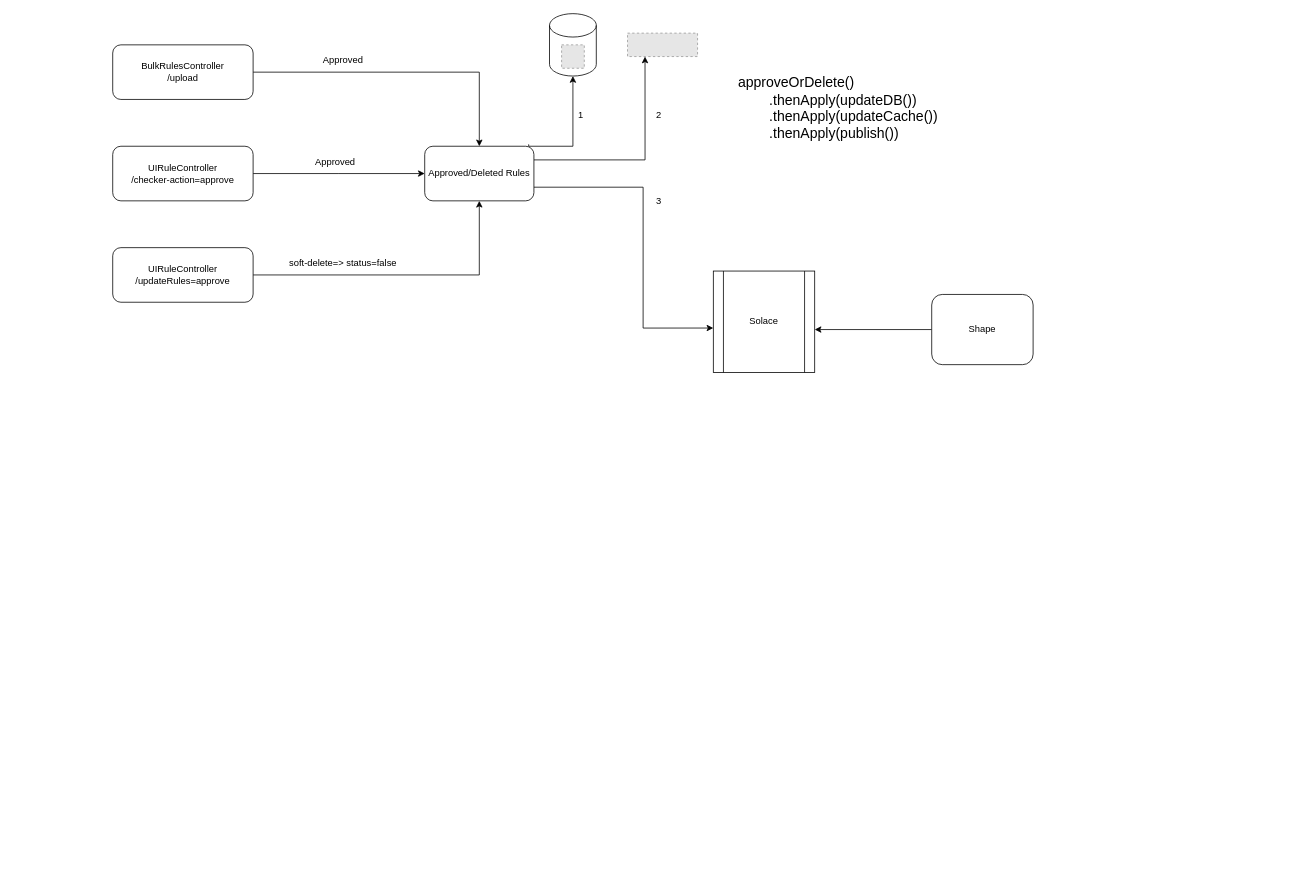
Earlier version of the draw.io diagram publishtoshape.drawio (MalluGolageri/drawio). Source tidied: cells renumbered, new cells numbered last; positions are measured from the earlier drawing's top-left corner, leaving out a move shared by most shapes. Both pictures are drawn from the tidied source at 78%, with x=0, y=0 at pixel (112, 13). Pictures stored in the file or linked from it are replaced by grey dashed boxes.
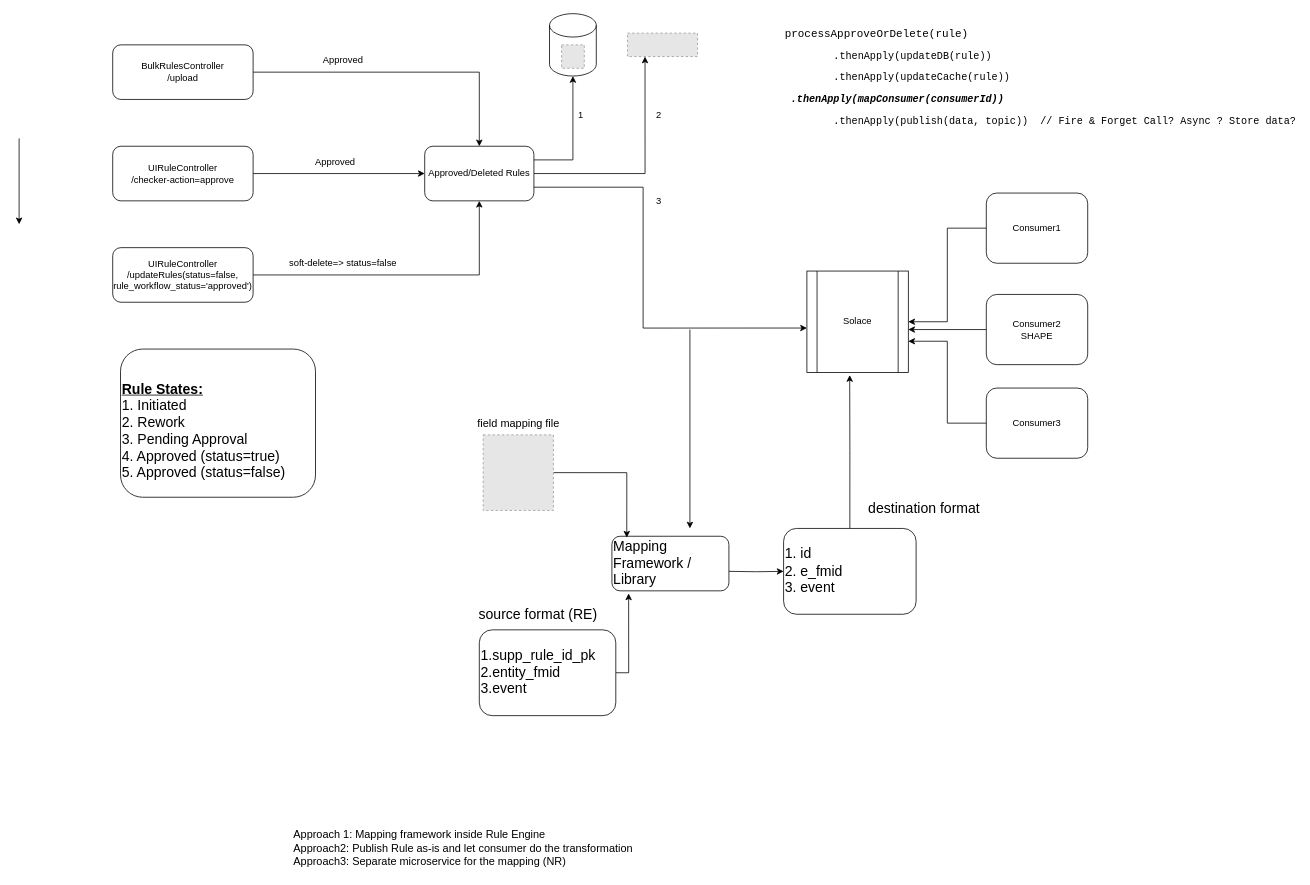
Above is the later version.

The change refers to these unchanged cells:
```xml
<mxCell id="11" value="Approved/Deleted Rules" style="rounded=1;whiteSpace=wrap;html=1;" parent="1" vertex="1">
  <mxGeometry x="400" y="170" width="140" height="70" as="geometry" />
</mxCell>
<mxCell id="15" style="shape=cylinder3;whiteSpace=wrap;html=1;boundedLbl=1;backgroundOutline=1;size=15;" parent="1" vertex="1">
  <mxGeometry x="560" width="60" height="80" as="geometry" />
</mxCell>
<mxCell id="16" style="fillColor=#E6E6E6;strokeColor=#999999;dashed=1;verticalLabelPosition=bottom;labelBackgroundColor=#ffffff;verticalAlign=top;" parent="1" vertex="1">
  <mxGeometry x="660" y="25" width="89.8" height="30" as="geometry" />
</mxCell>
```

Change to the diagram source:
```diff
@@
-    <mxCell id="7" value="UIRuleController&lt;br&gt;/updateRules=approve" style="rounded=1;whiteSpace=wrap;html=1;" parent="1" vertex="1">
+    <mxCell id="7" value="UIRuleController&lt;br&gt;/updateRules(status=false, rule_workflow_status='approved')" style="rounded=1;whiteSpace=wrap;html=1;" parent="1" vertex="1">
       <mxGeometry y="300" width="180" height="70" as="geometry" />
     </mxCell>
-    <mxCell id="8" style="edgeStyle=orthogonalEdgeStyle;rounded=0;jettySize=auto;html=1;exitX=0.952;exitY=-0.035;exitDx=0;exitDy=0;exitPerimeter=0;" parent="1" edge="1" source="11" target="15">
-      <mxGeometry relative="1" as="geometry">
-        <Array as="points">
-          <mxPoint x="533" y="170" />
-          <mxPoint x="590" y="170" />
-        </Array>
-      </mxGeometry>
-    </mxCell>
-    <mxCell id="9" style="edgeStyle=orthogonalEdgeStyle;rounded=0;jettySize=auto;html=1;exitX=1;exitY=0.25;exitDx=0;exitDy=0;entryX=0.25;entryY=1;entryDx=0;entryDy=0;" parent="1" edge="1" source="11" target="16">
+    <mxCell id="9" style="edgeStyle=orthogonalEdgeStyle;rounded=0;jettySize=auto;html=1;exitX=1;exitY=0.5;exitDx=0;exitDy=0;entryX=0.25;entryY=1;entryDx=0;entryDy=0;" parent="1" edge="1" source="11" target="16">
       <mxGeometry relative="1" as="geometry" />
     </mxCell>
@@
+    <mxCell id="8" style="edgeStyle=orthogonalEdgeStyle;rounded=0;jettySize=auto;html=1;exitX=1;exitY=0.25;exitDx=0;exitDy=0;entryX=0.5;entryY=1;entryDx=0;entryDy=0;entryPerimeter=0;fontSize=18;" parent="1" edge="1" source="11" target="15">
+      <mxGeometry relative="1" as="geometry" />
+    </mxCell>
@@
     <mxCell id="20" value="Solace" style="shape=process;whiteSpace=wrap;html=1;backgroundOutline=1;" parent="1" vertex="1">
-      <mxGeometry x="770" y="330" width="130" height="130" as="geometry" />
+      <mxGeometry x="890" y="330" width="130" height="130" as="geometry" />
     </mxCell>
@@
-    <mxCell id="22" value="Shape" style="rounded=1;whiteSpace=wrap;html=1;" parent="1" vertex="1">
-      <mxGeometry x="1050" y="360" width="130" height="90" as="geometry" />
+    <mxCell id="22" value="Consumer2&lt;br&gt;SHAPE" style="rounded=1;whiteSpace=wrap;html=1;" parent="1" vertex="1">
+      <mxGeometry x="1120" y="360" width="130" height="90" as="geometry" />
     </mxCell>
-    <mxCell id="23" value="&lt;pre style=&quot;background-color: rgb(255 , 255 , 255) ; color: rgb(0 , 0 , 0) ; font-family: &amp;#34;source code pro&amp;#34;&quot;&gt;&lt;font style=&quot;font-size: 18px&quot;&gt;approveOrDelete()&lt;br&gt;        .thenApply(updateDB())&lt;br&gt;        .thenApply(updateCache())&lt;br&gt;        .thenApply(publish())&lt;/font&gt;&lt;/pre&gt;" style="text;whiteSpace=wrap;html=1;" parent="1" vertex="1">
-      <mxGeometry x="800" y="60" width="250" height="120" as="geometry" />
+    <mxCell id="23" value="&lt;pre&gt;&lt;font style=&quot;font-size: 14px&quot;&gt;&lt;font&gt;processApproveOrDelete&lt;/font&gt;&lt;font&gt;(rule)&lt;/font&gt;&lt;/font&gt;&lt;/pre&gt;&lt;pre&gt;&lt;font size=&quot;3&quot;&gt;        .thenApply(updateDB(rule))&lt;/font&gt;&lt;/pre&gt;&lt;pre&gt;&lt;font size=&quot;3&quot;&gt;        .thenApply(updateCache(rule))&lt;/font&gt;&lt;/pre&gt;&lt;pre&gt;&lt;font size=&quot;3&quot;&gt;&lt;b&gt;&lt;i&gt;&lt;span style=&quot;white-space: pre&quot;&gt; &lt;/span&gt;.thenApply(mapConsumer(consumerId))&lt;br&gt;&lt;/i&gt;&lt;/b&gt;&lt;/font&gt;&lt;/pre&gt;&lt;pre&gt;&lt;font size=&quot;3&quot;&gt;        .thenApply(publish(data, topic))  // Fire &amp;amp; Forget Call? Async ? Store data?&lt;/font&gt;&lt;/pre&gt;" style="text;whiteSpace=wrap;html=1;" parent="1" vertex="1">
+      <mxGeometry x="860" width="610" height="170" as="geometry" />
     </mxCell>
@@
+    <mxCell id="25" value="&lt;br&gt;&lt;b&gt;&lt;u&gt;Rule States:&lt;br&gt;&lt;/u&gt;&lt;/b&gt;1. Initiated&lt;br&gt;2. Rework&lt;br&gt;3. Pending Approval&lt;br&gt;4. Approved (status=true)&lt;br&gt;5. Approved (status=false)" style="rounded=1;whiteSpace=wrap;html=1;fontSize=18;align=left;" parent="1" vertex="1">
+      <mxGeometry x="10" y="430" width="250" height="190" as="geometry" />
+    </mxCell>
+    <mxCell id="26" style="edgeStyle=orthogonalEdgeStyle;rounded=0;jettySize=auto;html=1;exitX=1;exitY=0.5;exitDx=0;exitDy=0;entryX=0.143;entryY=1.048;entryDx=0;entryDy=0;fontSize=18;entryPerimeter=0;" parent="1" edge="1" source="27" target="33">
+      <mxGeometry relative="1" as="geometry">
+        <Array as="points">
+          <mxPoint x="661" y="845" />
+        </Array>
+      </mxGeometry>
+    </mxCell>
+    <mxCell id="27" value="1.supp_rule_id_pk&lt;br&gt;2.entity_fmid&lt;br&gt;3.event" style="rounded=1;whiteSpace=wrap;html=1;fontSize=18;align=left;" parent="1" vertex="1">
+      <mxGeometry x="470" y="790" width="175" height="110" as="geometry" />
+    </mxCell>
+    <mxCell id="28" style="edgeStyle=orthogonalEdgeStyle;rounded=0;jettySize=auto;html=1;exitX=0.5;exitY=0;exitDx=0;exitDy=0;entryX=0.422;entryY=1.026;entryDx=0;entryDy=0;entryPerimeter=0;fontSize=14;" parent="1" edge="1" source="29" target="20">
+      <mxGeometry relative="1" as="geometry" />
+    </mxCell>
+    <mxCell id="29" value="1. id&lt;br&gt;2. e_fmid&lt;br&gt;3. event" style="rounded=1;whiteSpace=wrap;html=1;fontSize=18;align=left;" parent="1" vertex="1">
+      <mxGeometry x="860.1" y="660" width="169.9" height="110" as="geometry" />
+    </mxCell>
+    <mxCell id="30" value="source format (RE)" style="text;html=1;align=center;verticalAlign=middle;strokeColor=none;fillColor=none;fontSize=18;" parent="1" vertex="1">
+      <mxGeometry x="460" y="755" width="170" height="30" as="geometry" />
+    </mxCell>
+    <mxCell id="31" value="destination format" style="text;html=1;align=center;verticalAlign=middle;strokeColor=none;fillColor=none;fontSize=18;" parent="1" vertex="1">
+      <mxGeometry x="960" y="620" width="160" height="30" as="geometry" />
+    </mxCell>
+    <mxCell id="32" style="edgeStyle=orthogonalEdgeStyle;rounded=0;jettySize=auto;html=1;entryX=0;entryY=0.5;entryDx=0;entryDy=0;fontSize=18;" parent="1" edge="1" target="29">
+      <mxGeometry relative="1" as="geometry">
+        <mxPoint x="790.1" y="715" as="sourcePoint" />
+      </mxGeometry>
+    </mxCell>
+    <mxCell id="33" value="Mapping Framework / Library" style="rounded=1;whiteSpace=wrap;html=1;fontSize=18;align=left;" parent="1" vertex="1">
+      <mxGeometry x="640" y="670" width="150" height="70" as="geometry" />
+    </mxCell>
+    <mxCell id="34" style="endArrow=classic;html=1;rounded=0;fontSize=14;" parent="1" edge="1">
+      <mxGeometry relative="1" as="geometry">
+        <mxPoint x="740" y="405" as="sourcePoint" />
+        <mxPoint x="740" y="660" as="targetPoint" />
+      </mxGeometry>
+    </mxCell>
+    <mxCell id="35" style="edgeStyle=orthogonalEdgeStyle;rounded=0;jettySize=auto;html=1;exitX=1;exitY=0.5;exitDx=0;exitDy=0;entryX=0.127;entryY=0.024;entryDx=0;entryDy=0;fontSize=14;entryPerimeter=0;" parent="1" edge="1" source="36" target="33">
+      <mxGeometry relative="1" as="geometry" />
+    </mxCell>
+    <mxCell id="36" style="fillColor=#E6E6E6;strokeColor=#999999;dashed=1;verticalLabelPosition=bottom;labelBackgroundColor=#ffffff;verticalAlign=top;" parent="1" vertex="1">
+      <mxGeometry x="475" y="540" width="90" height="96.9" as="geometry" />
+    </mxCell>
+    <mxCell id="37" value="field mapping file" style="text;html=1;align=center;verticalAlign=middle;strokeColor=none;fillColor=none;fontSize=14;" parent="1" vertex="1">
+      <mxGeometry x="460" y="515" width="120" height="20" as="geometry" />
+    </mxCell>
+    <mxCell id="38" value="Approach 1: Mapping framework inside Rule Engine&lt;br&gt;Approach2: Publish Rule as-is and let consumer do the transformation&lt;br&gt;Approach3: Separate microservice for the mapping (NR)" style="text;html=1;align=left;verticalAlign=middle;strokeColor=none;fillColor=none;fontSize=14;" parent="1" vertex="1">
+      <mxGeometry x="230" y="1040" width="450" height="60" as="geometry" />
+    </mxCell>
+    <mxCell id="39" style="endArrow=classic;html=1;rounded=0;fontSize=14;" parent="1" edge="1">
+      <mxGeometry relative="1" as="geometry">
+        <mxPoint x="-120" y="160" as="sourcePoint" />
+        <mxPoint x="-120" y="270" as="targetPoint" />
+      </mxGeometry>
+    </mxCell>
+    <mxCell id="40" style="edgeStyle=orthogonalEdgeStyle;rounded=0;jettySize=auto;html=1;exitX=0;exitY=0.5;exitDx=0;exitDy=0;entryX=1;entryY=0.692;entryDx=0;entryDy=0;entryPerimeter=0;fontSize=14;" parent="1" edge="1" source="41" target="20">
+      <mxGeometry relative="1" as="geometry" />
+    </mxCell>
+    <mxCell id="41" value="Consumer3&lt;br&gt;" style="rounded=1;whiteSpace=wrap;html=1;" parent="1" vertex="1">
+      <mxGeometry x="1120" y="480" width="130" height="90" as="geometry" />
+    </mxCell>
+    <mxCell id="42" style="edgeStyle=orthogonalEdgeStyle;rounded=0;jettySize=auto;html=1;exitX=0;exitY=0.5;exitDx=0;exitDy=0;entryX=1;entryY=0.5;entryDx=0;entryDy=0;fontSize=14;" parent="1" edge="1" source="43" target="20">
+      <mxGeometry relative="1" as="geometry" />
+    </mxCell>
+    <mxCell id="43" value="Consumer1&lt;br&gt;" style="rounded=1;whiteSpace=wrap;html=1;" parent="1" vertex="1">
+      <mxGeometry x="1120" y="230" width="130" height="90" as="geometry" />
+    </mxCell>
```
